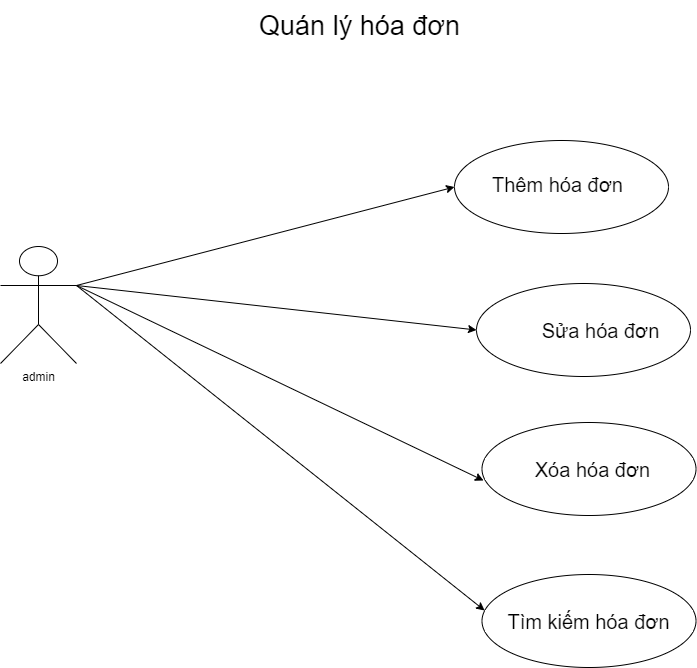
dungvu242k3/JAVA keeps this draw.io diagram as 4drawio.png. Above is the earlier version. Source tidied: cells renumbered, new cells last; positions are measured from the earlier drawing's top-left corner, leaving out a move shared by most shapes.
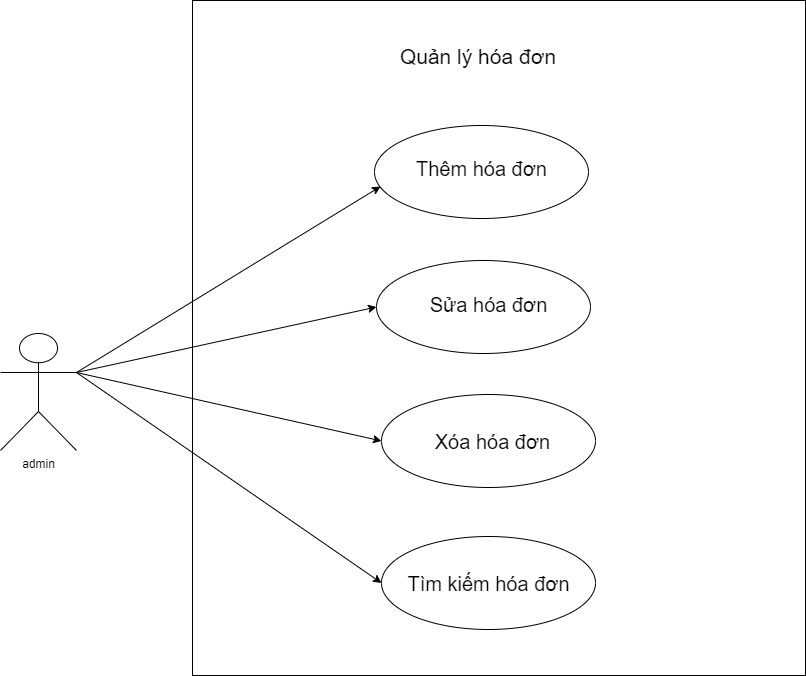
After the change.

Commit message:
Cập nhật 4drawio.png

Change to the diagram source:
```diff
@@ -5,44 +5,62 @@
     <mxCell id="2" value="admin" style="shape=umlActor;verticalLabelPosition=bottom;verticalAlign=top;html=1;outlineConnect=0;" parent="1" vertex="1">
       <mxGeometry y="246" width="76" height="117" as="geometry" />
     </mxCell>
-    <mxCell id="3" style="endArrow=classic;html=1;rounded=0;exitX=1;exitY=0.3333333333333333;exitDx=0;exitDy=0;exitPerimeter=0;entryX=0;entryY=0.5;entryDx=0;entryDy=0;" parent="1" edge="1" source="2" target="4">
-      <mxGeometry relative="1" as="geometry" />
-    </mxCell>
-    <mxCell id="4" style="ellipse;whiteSpace=wrap;html=1;" parent="1" vertex="1">
-      <mxGeometry x="454" y="140" width="214" height="93" as="geometry" />
-    </mxCell>
-    <mxCell id="5" style="endArrow=classic;html=1;rounded=0;entryX=0;entryY=0.5;entryDx=0;entryDy=0;exitX=1;exitY=0.3333333333333333;exitDx=0;exitDy=0;exitPerimeter=0;" parent="1" edge="1" source="2" target="9">
-      <mxGeometry relative="1" as="geometry" />
-    </mxCell>
-    <mxCell id="6" style="endArrow=classic;html=1;rounded=0;exitX=1;exitY=0.3333333333333333;exitDx=0;exitDy=0;exitPerimeter=0;entryX=0.007;entryY=0.624;entryDx=0;entryDy=0;entryPerimeter=0;" parent="1" edge="1" source="2" target="10">
-      <mxGeometry relative="1" as="geometry" />
-    </mxCell>
-    <mxCell id="7" style="endArrow=classic;html=1;rounded=0;entryX=0.012;entryY=0.387;entryDx=0;entryDy=0;entryPerimeter=0;exitX=1;exitY=0.3333333333333333;exitDx=0;exitDy=0;exitPerimeter=0;" parent="1" edge="1" source="2" target="11">
-      <mxGeometry relative="1" as="geometry" />
-    </mxCell>
+    <mxCell id="16" style="group;" parent="1" vertex="1">
+      <mxGeometry x="192" y="-87" width="613" height="675" as="geometry" />
+    </mxCell>
+    <mxCell id="17" style="rounded=0;whiteSpace=wrap;html=1;align=center;" parent="16" vertex="1">
+      <mxGeometry width="613" height="675" as="geometry" />
+    </mxCell>
+    <mxCell id="18" style="group;" parent="16" vertex="1">
+      <mxGeometry x="182" y="125" width="214" height="93" as="geometry" />
+    </mxCell>
+    <mxCell id="19" style="ellipse;whiteSpace=wrap;html=1;" parent="18" vertex="1">
+      <mxGeometry width="214" height="93" as="geometry" />
+    </mxCell>
-    <mxCell id="8" value="&lt;font style=&quot;font-size: 20px;&quot;&gt;Thêm hóa đơn&lt;/font&gt;" style="text;html=1;align=center;verticalAlign=middle;whiteSpace=wrap;rounded=0;" parent="1" vertex="1">
-      <mxGeometry x="462" y="153" width="191" height="61" as="geometry" />
+    <mxCell id="8" value="&lt;font style=&quot;font-size: 20px;&quot;&gt;Thêm hóa đơn&lt;/font&gt;" style="text;html=1;align=center;verticalAlign=middle;whiteSpace=wrap;rounded=0;" parent="18" vertex="1">
+      <mxGeometry x="11.5" y="12" width="191" height="61" as="geometry" />
     </mxCell>
-    <mxCell id="9" style="ellipse;whiteSpace=wrap;html=1;" parent="1" vertex="1">
-      <mxGeometry x="476" y="283" width="214" height="93" as="geometry" />
-    </mxCell>
-    <mxCell id="10" style="ellipse;whiteSpace=wrap;html=1;" parent="1" vertex="1">
-      <mxGeometry x="481.5" y="422" width="214" height="93" as="geometry" />
-    </mxCell>
-    <mxCell id="11" style="ellipse;whiteSpace=wrap;html=1;" parent="1" vertex="1">
-      <mxGeometry x="481.5" y="574" width="214" height="93" as="geometry" />
-    </mxCell>
+    <mxCell id="20" style="group;" parent="16" vertex="1">
+      <mxGeometry x="184" y="260" width="214" height="93" as="geometry" />
+    </mxCell>
+    <mxCell id="21" style="ellipse;whiteSpace=wrap;html=1;" parent="20" vertex="1">
+      <mxGeometry width="214" height="93" as="geometry" />
+    </mxCell>
-    <mxCell id="12" value="&lt;span style=&quot;font-size: 20px;&quot;&gt;Sửa hóa đơn&lt;/span&gt;" style="text;html=1;align=center;verticalAlign=middle;whiteSpace=wrap;rounded=0;" parent="1" vertex="1">
-      <mxGeometry x="504.5" y="299" width="191" height="61" as="geometry" />
+    <mxCell id="12" value="&lt;span style=&quot;font-size: 20px;&quot;&gt;Sửa hóa đơn&lt;/span&gt;" style="text;html=1;align=center;verticalAlign=middle;whiteSpace=wrap;rounded=0;" parent="20" vertex="1">
+      <mxGeometry x="17" y="13" width="191" height="61" as="geometry" />
     </mxCell>
+    <mxCell id="22" style="group;" parent="16" vertex="1">
+      <mxGeometry x="189" y="394" width="214" height="93" as="geometry" />
+    </mxCell>
+    <mxCell id="23" style="ellipse;whiteSpace=wrap;html=1;" parent="22" vertex="1">
+      <mxGeometry width="214" height="93" as="geometry" />
+    </mxCell>
-    <mxCell id="13" value="&lt;font style=&quot;font-size: 20px;&quot;&gt;Xóa hóa đơn&lt;/font&gt;" style="text;html=1;align=center;verticalAlign=middle;whiteSpace=wrap;rounded=0;" parent="1" vertex="1">
-      <mxGeometry x="497" y="438" width="191" height="61" as="geometry" />
+    <mxCell id="13" value="&lt;span style=&quot;font-size: 20px;&quot;&gt;Xóa hóa đơn&lt;/span&gt;" style="text;html=1;align=center;verticalAlign=middle;whiteSpace=wrap;rounded=0;" parent="22" vertex="1">
+      <mxGeometry x="15.5" y="16" width="191" height="61" as="geometry" />
     </mxCell>
+    <mxCell id="24" style="group;" parent="16" vertex="1">
+      <mxGeometry x="189" y="536" width="214" height="93" as="geometry" />
+    </mxCell>
+    <mxCell id="25" style="ellipse;whiteSpace=wrap;html=1;" parent="24" vertex="1">
+      <mxGeometry width="214" height="93" as="geometry" />
+    </mxCell>
-    <mxCell id="14" value="&lt;font style=&quot;font-size: 20px;&quot;&gt;Tìm kiếm hóa đơn&lt;/font&gt;" style="text;html=1;align=center;verticalAlign=middle;whiteSpace=wrap;rounded=0;" parent="1" vertex="1">
-      <mxGeometry x="493" y="590" width="191" height="61" as="geometry" />
+    <mxCell id="14" value="&lt;font style=&quot;font-size: 20px;&quot;&gt;Tìm kiếm hóa đơn&lt;/font&gt;" style="text;html=1;align=center;verticalAlign=middle;whiteSpace=wrap;rounded=0;" parent="24" vertex="1">
+      <mxGeometry x="11.5" y="16" width="191" height="61" as="geometry" />
     </mxCell>
-    <mxCell id="15" value="&lt;font style=&quot;font-size: 27px;&quot;&gt;Quán lý hóa đơn&lt;/font&gt;" style="text;html=1;align=center;verticalAlign=middle;whiteSpace=wrap;rounded=0;" parent="1" vertex="1">
-      <mxGeometry x="181" width="357" height="52" as="geometry" />
-    </mxCell>
+    <mxCell id="26" value="&lt;span style=&quot;font-size: 21px;&quot;&gt;Quản lý hóa đơn&lt;/span&gt;" style="text;html=1;align=center;verticalAlign=middle;whiteSpace=wrap;rounded=0;" parent="16" vertex="1">
+      <mxGeometry x="144" y="25" width="284" height="62" as="geometry" />
+    </mxCell>
+    <mxCell id="27" style="endArrow=classic;html=1;rounded=0;exitX=1;exitY=0.3333333333333333;exitDx=0;exitDy=0;exitPerimeter=0;entryX=0.028;entryY=0.656;entryDx=0;entryDy=0;entryPerimeter=0;" parent="1" edge="1" source="2" target="19">
+      <mxGeometry relative="1" as="geometry" />
+    </mxCell>
+    <mxCell id="28" style="endArrow=classic;html=1;rounded=0;entryX=0;entryY=0.5;entryDx=0;entryDy=0;exitX=1;exitY=0.3333333333333333;exitDx=0;exitDy=0;exitPerimeter=0;" parent="1" edge="1" source="2" target="21">
+      <mxGeometry relative="1" as="geometry" />
+    </mxCell>
+    <mxCell id="29" style="endArrow=classic;html=1;rounded=0;exitX=1;exitY=0.3333333333333333;exitDx=0;exitDy=0;exitPerimeter=0;entryX=0;entryY=0.5;entryDx=0;entryDy=0;" parent="1" edge="1" source="2" target="23">
+      <mxGeometry relative="1" as="geometry" />
+    </mxCell>
+    <mxCell id="30" style="endArrow=classic;html=1;rounded=0;entryX=0;entryY=0.5;entryDx=0;entryDy=0;exitX=1;exitY=0.3333333333333333;exitDx=0;exitDy=0;exitPerimeter=0;" parent="1" edge="1" source="2" target="25">
+      <mxGeometry relative="1" as="geometry" />
+    </mxCell>
   </root>
 </mxGraphModel>
```
